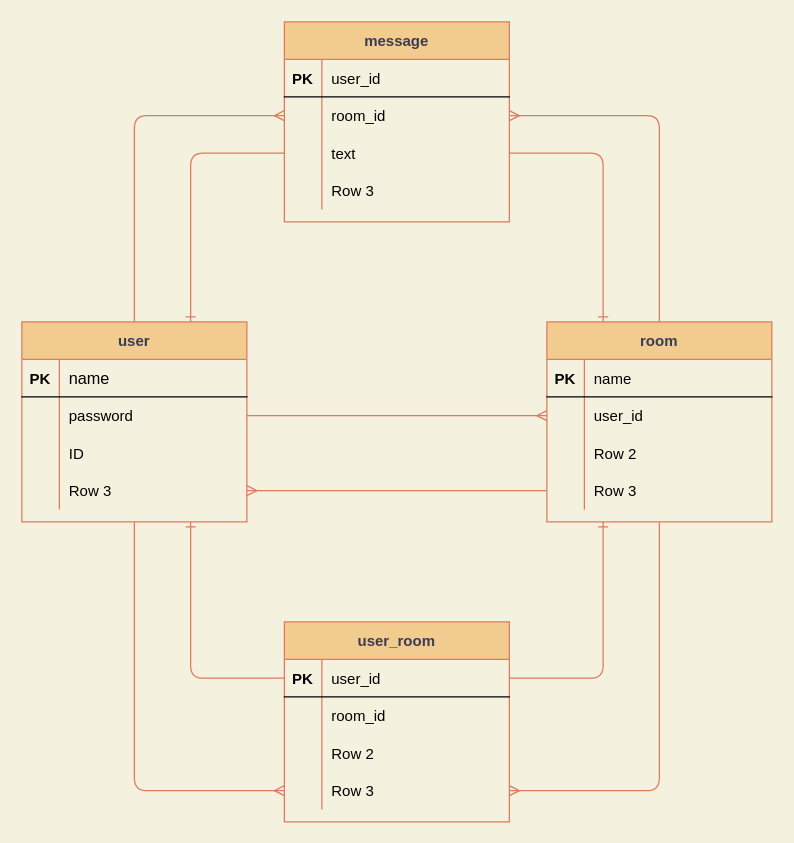
Before: medeco.dio in mamewharu/medeco, a draw.io diagram. Source tidied: cells renumbered, new cells numbered last; positions are measured from the earlier drawing's top-left corner, leaving out a move shared by most shapes. Both pictures are drawn from the tidied source at 125%, with x=0, y=0 at pixel (21, 21).
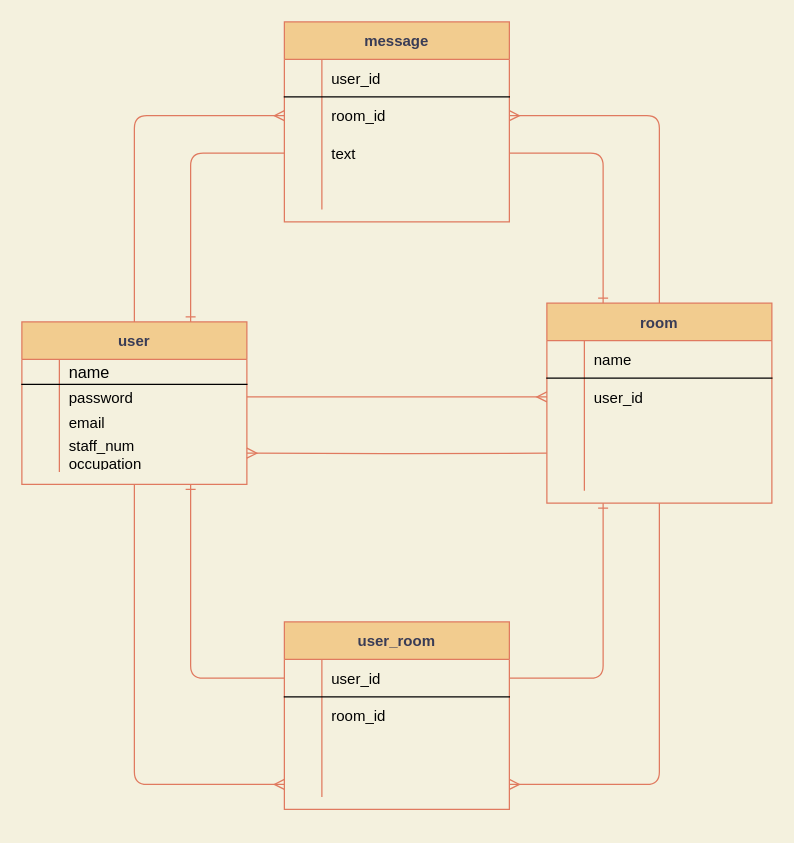
After the change.

Unchanged cells that the change refers to:
```xml
<mxCell id="20" style="shape=partialRectangle;fillColor=none;top=0;left=0;bottom=1;right=0;" parent="19" vertex="1">
  <mxGeometry y="30" width="180" height="30" as="geometry" />
</mxCell>
<mxCell id="26" style="shape=partialRectangle;fillColor=none;top=0;left=0;bottom=0;right=0;" parent="19" vertex="1">
  <mxGeometry y="90" width="180" height="30" as="geometry" />
</mxCell>
<mxCell id="29" style="shape=partialRectangle;fillColor=none;top=0;left=0;bottom=0;right=0;points=[[0,0.5],[1,0.5]];portConstraint=eastwest;" parent="19" vertex="1">
  <mxGeometry y="120" width="180" height="30" as="geometry" />
</mxCell>
<mxCell id="33" style="shape=partialRectangle;fillColor=none;top=0;left=0;bottom=1;right=0;" parent="32" vertex="1">
  <mxGeometry y="30" width="180" height="30" as="geometry" />
</mxCell>
<mxCell id="42" style="shape=partialRectangle;fillColor=none;top=0;left=0;bottom=0;right=0;" parent="32" vertex="1">
  <mxGeometry y="120" width="180" height="30" as="geometry" />
</mxCell>
<mxCell id="46" style="shape=partialRectangle;fillColor=none;top=0;left=0;bottom=1;right=0;points=[[0,0.5],[1,0.5]];portConstraint=eastwest;" parent="45" vertex="1">
  <mxGeometry y="30" width="180" height="30" as="geometry" />
</mxCell>
<mxCell id="52" style="shape=partialRectangle;fillColor=none;top=0;left=0;bottom=0;right=0;" parent="45" vertex="1">
  <mxGeometry y="90" width="180" height="30" as="geometry" />
</mxCell>
```

Diff of the diagram source:
```diff
@@
     <mxCell id="4" value="user" style="shape=table;startSize=30;childLayout=tableLayout;rowLines=0;fontStyle=1;align=center;rounded=0;sketch=0;strokeColor=#E07A5F;fillColor=#F2CC8F;fontColor=#393C56;" parent="1" vertex="1">
-      <mxGeometry y="240" width="180" height="160" as="geometry" />
+      <mxGeometry y="240" width="180" height="130" as="geometry" />
     </mxCell>
     <mxCell id="5" style="shape=partialRectangle;fillColor=none;top=0;left=0;bottom=1;right=0;" parent="4" vertex="1">
-      <mxGeometry y="30" width="180" height="30" as="geometry" />
+      <mxGeometry y="30" width="180" height="20" as="geometry" />
     </mxCell>
-    <mxCell id="6" value="PK" style="shape=partialRectangle;fillColor=none;top=0;left=0;bottom=0;right=0;fontStyle=1;overflow=hidden;" parent="5" vertex="1">
-      <mxGeometry width="30" height="30" as="geometry" />
+    <mxCell id="6" style="shape=partialRectangle;fillColor=none;top=0;left=0;bottom=0;right=0;fontStyle=1;overflow=hidden;" parent="5" vertex="1">
+      <mxGeometry width="30" height="20" as="geometry" />
     </mxCell>
     <mxCell id="7" value="name" style="shape=partialRectangle;fillColor=none;top=0;left=0;bottom=0;right=0;align=left;spacingLeft=6;fontStyle=0;overflow=hidden;fontColor=#000000;fontSize=13;" parent="5" vertex="1">
-      <mxGeometry x="30" width="150" height="30" as="geometry" />
+      <mxGeometry x="30" width="150" height="20" as="geometry" />
     </mxCell>
     <mxCell id="8" style="shape=partialRectangle;fillColor=none;top=0;left=0;bottom=0;right=0;points=[[0,0.5],[1,0.5]];portConstraint=eastwest;" parent="4" vertex="1">
-      <mxGeometry y="60" width="180" height="30" as="geometry" />
+      <mxGeometry y="50" width="180" height="20" as="geometry" />
     </mxCell>
     <mxCell id="9" style="shape=partialRectangle;fillColor=none;top=0;left=0;bottom=0;right=0;overflow=hidden;" parent="8" vertex="1">
-      <mxGeometry width="30" height="30" as="geometry" />
+      <mxGeometry width="30" height="20" as="geometry" />
     </mxCell>
     <mxCell id="10" value="password" style="shape=partialRectangle;fillColor=none;top=0;left=0;bottom=0;right=0;align=left;spacingLeft=6;overflow=hidden;fontColor=#000000;" parent="8" vertex="1">
-      <mxGeometry x="30" width="150" height="30" as="geometry" />
+      <mxGeometry x="30" width="150" height="20" as="geometry" />
     </mxCell>
     <mxCell id="11" style="shape=partialRectangle;fillColor=none;top=0;left=0;bottom=0;right=0;" parent="4" vertex="1">
-      <mxGeometry y="90" width="180" height="30" as="geometry" />
+      <mxGeometry y="70" width="180" height="20" as="geometry" />
     </mxCell>
     <mxCell id="12" style="shape=partialRectangle;fillColor=none;top=0;left=0;bottom=0;right=0;overflow=hidden;" parent="11" vertex="1">
-      <mxGeometry width="30" height="30" as="geometry" />
+      <mxGeometry width="30" height="20" as="geometry" />
     </mxCell>
-    <mxCell id="13" value="ID" style="shape=partialRectangle;fillColor=none;top=0;left=0;bottom=0;right=0;align=left;spacingLeft=6;overflow=hidden;fontColor=#000000;" parent="11" vertex="1">
-      <mxGeometry x="30" width="150" height="30" as="geometry" />
+    <mxCell id="13" value="email" style="shape=partialRectangle;fillColor=none;top=0;left=0;bottom=0;right=0;align=left;spacingLeft=6;overflow=hidden;fontColor=#000000;" parent="11" vertex="1">
+      <mxGeometry x="30" width="150" height="20" as="geometry" />
     </mxCell>
     <mxCell id="14" style="shape=partialRectangle;fillColor=none;top=0;left=0;bottom=0;right=0;points=[[0,0.5],[1,0.5]];portConstraint=eastwest;" parent="4" vertex="1">
-      <mxGeometry y="120" width="180" height="30" as="geometry" />
+      <mxGeometry y="90" width="180" height="30" as="geometry" />
     </mxCell>
@@
-    <mxCell id="16" value="Row 3" style="shape=partialRectangle;fillColor=none;top=0;left=0;bottom=0;right=0;align=left;spacingLeft=6;overflow=hidden;" parent="14" vertex="1">
+    <mxCell id="16" value="staff_num&#10;occupation" style="shape=partialRectangle;fillColor=none;top=0;left=0;bottom=0;right=0;align=left;spacingLeft=6;overflow=hidden;fontColor=#000000;labelBackgroundColor=none;whiteSpace=wrap;" parent="14" vertex="1">
       <mxGeometry x="30" width="150" height="30" as="geometry" />
     </mxCell>
@@
     <mxCell id="19" value="room" style="shape=table;startSize=30;childLayout=tableLayout;rowLines=0;fontStyle=1;align=center;rounded=0;sketch=0;strokeColor=#E07A5F;fillColor=#F2CC8F;fontColor=#393C56;" parent="1" vertex="1">
-      <mxGeometry x="420" y="240" width="180" height="160" as="geometry" />
+      <mxGeometry x="420" y="225" width="180" height="160" as="geometry" />
     </mxCell>
@@
-    <mxCell id="21" value="PK" style="shape=partialRectangle;fillColor=none;top=0;left=0;bottom=0;right=0;fontStyle=1;overflow=hidden;" parent="20" vertex="1">
+    <mxCell id="21" style="shape=partialRectangle;fillColor=none;top=0;left=0;bottom=0;right=0;fontStyle=1;overflow=hidden;" parent="20" vertex="1">
       <mxGeometry width="30" height="30" as="geometry" />
     </mxCell>
@@
-    <mxCell id="28" value="Row 2" style="shape=partialRectangle;fillColor=none;top=0;left=0;bottom=0;right=0;align=left;spacingLeft=6;overflow=hidden;" parent="26" vertex="1">
+    <mxCell id="28" style="shape=partialRectangle;fillColor=none;top=0;left=0;bottom=0;right=0;align=left;spacingLeft=6;overflow=hidden;" parent="26" vertex="1">
       <mxGeometry x="30" width="150" height="30" as="geometry" />
     </mxCell>
@@
-    <mxCell id="31" value="Row 3" style="shape=partialRectangle;fillColor=none;top=0;left=0;bottom=0;right=0;align=left;spacingLeft=6;overflow=hidden;" parent="29" vertex="1">
+    <mxCell id="31" style="shape=partialRectangle;fillColor=none;top=0;left=0;bottom=0;right=0;align=left;spacingLeft=6;overflow=hidden;" parent="29" vertex="1">
       <mxGeometry x="30" width="150" height="30" as="geometry" />
     </mxCell>
@@
-    <mxCell id="34" value="PK" style="shape=partialRectangle;fillColor=none;top=0;left=0;bottom=0;right=0;fontStyle=1;overflow=hidden;" parent="33" vertex="1">
+    <mxCell id="34" style="shape=partialRectangle;fillColor=none;top=0;left=0;bottom=0;right=0;fontStyle=1;overflow=hidden;" parent="33" vertex="1">
       <mxGeometry width="30" height="30" as="geometry" />
     </mxCell>
@@
-    <mxCell id="44" value="Row 3" style="shape=partialRectangle;fillColor=none;top=0;left=0;bottom=0;right=0;align=left;spacingLeft=6;overflow=hidden;" parent="42" vertex="1">
+    <mxCell id="44" style="shape=partialRectangle;fillColor=none;top=0;left=0;bottom=0;right=0;align=left;spacingLeft=6;overflow=hidden;" parent="42" vertex="1">
       <mxGeometry x="30" width="150" height="30" as="geometry" />
     </mxCell>
     <mxCell id="45" value="user_room" style="shape=table;startSize=30;childLayout=tableLayout;rowLines=0;fontStyle=1;align=center;rounded=0;sketch=0;strokeColor=#E07A5F;fillColor=#F2CC8F;fontColor=#393C56;" parent="1" vertex="1">
-      <mxGeometry x="210" y="480" width="180" height="160" as="geometry" />
+      <mxGeometry x="210" y="480" width="180" height="150" as="geometry" />
     </mxCell>
@@
-    <mxCell id="47" value="PK" style="shape=partialRectangle;fillColor=none;top=0;left=0;bottom=0;right=0;fontStyle=1;overflow=hidden;" parent="46" vertex="1">
+    <mxCell id="47" style="shape=partialRectangle;fillColor=none;top=0;left=0;bottom=0;right=0;fontStyle=1;overflow=hidden;" parent="46" vertex="1">
       <mxGeometry width="30" height="30" as="geometry" />
     </mxCell>
@@
-    <mxCell id="54" value="Row 2" style="shape=partialRectangle;fillColor=none;top=0;left=0;bottom=0;right=0;align=left;spacingLeft=6;overflow=hidden;" parent="52" vertex="1">
+    <mxCell id="54" style="shape=partialRectangle;fillColor=none;top=0;left=0;bottom=0;right=0;align=left;spacingLeft=6;overflow=hidden;" parent="52" vertex="1">
       <mxGeometry x="30" width="150" height="30" as="geometry" />
     </mxCell>
     <mxCell id="55" style="shape=partialRectangle;fillColor=none;top=0;left=0;bottom=0;right=0;points=[[0,0.5],[1,0.5]];portConstraint=eastwest;" parent="45" vertex="1">
-      <mxGeometry y="120" width="180" height="30" as="geometry" />
+      <mxGeometry y="120" width="180" height="20" as="geometry" />
     </mxCell>
     <mxCell id="56" style="shape=partialRectangle;fillColor=none;top=0;left=0;bottom=0;right=0;overflow=hidden;" parent="55" vertex="1">
-      <mxGeometry width="30" height="30" as="geometry" />
+      <mxGeometry width="30" height="20" as="geometry" />
     </mxCell>
-    <mxCell id="57" value="Row 3" style="shape=partialRectangle;fillColor=none;top=0;left=0;bottom=0;right=0;align=left;spacingLeft=6;overflow=hidden;" parent="55" vertex="1">
-      <mxGeometry x="30" width="150" height="30" as="geometry" />
+    <mxCell id="57" style="shape=partialRectangle;fillColor=none;top=0;left=0;bottom=0;right=0;align=left;spacingLeft=6;overflow=hidden;" parent="55" vertex="1">
+      <mxGeometry x="30" width="150" height="20" as="geometry" />
     </mxCell>
@@
-    <mxCell id="59" style="edgeStyle=orthogonalEdgeStyle;curved=0;rounded=1;sketch=0;jettySize=auto;html=1;exitX=0;exitY=0.5;exitDx=0;exitDy=0;entryX=1;entryY=0.5;entryDx=0;entryDy=0;startSize=8;endArrow=ERmany;endFill=0;strokeColor=#E07A5F;fillColor=#F2CC8F;fontColor=#393C56;" parent="1" edge="1" source="29" target="14">
-      <mxGeometry relative="1" as="geometry" />
+    <mxCell id="59" style="edgeStyle=orthogonalEdgeStyle;curved=0;rounded=1;sketch=0;jettySize=auto;html=1;entryX=1;entryY=0.5;entryDx=0;entryDy=0;startSize=8;endArrow=ERmany;endFill=0;strokeColor=#E07A5F;fillColor=#F2CC8F;fontColor=#393C56;" parent="1" edge="1" target="14">
+      <mxGeometry relative="1" as="geometry">
+        <mxPoint x="420" y="345" as="sourcePoint" />
+      </mxGeometry>
     </mxCell>
```
